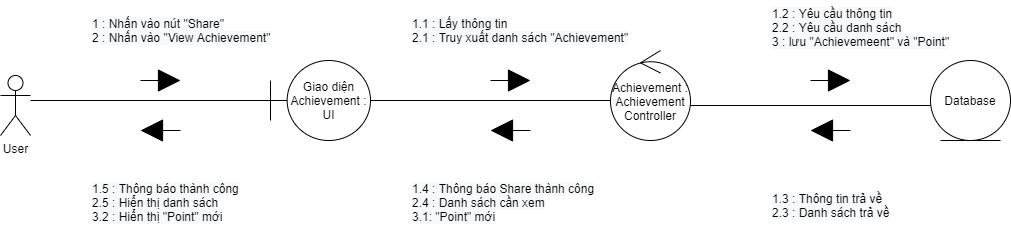
Above: ToDoApp-Doc/Document/Diagram/Collaboration Diagram/Achievement/Achievement_CollaborationDiagram.png in Merevoli-DatLuu/To-Do-App (draw.io), before the change. Source tidied: cells renumbered, new cells last; positions are measured from the earlier drawing's top-left corner, leaving out a move shared by most shapes.
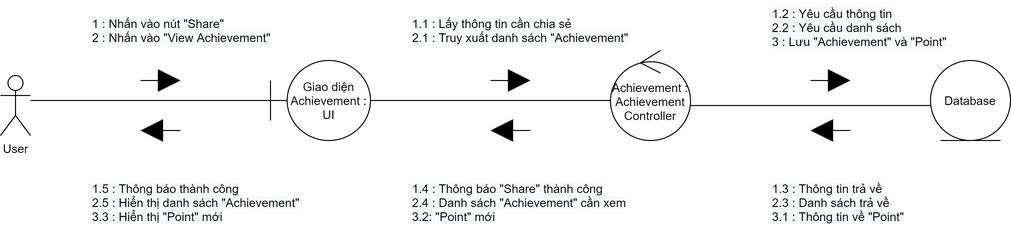
Later version of the same file.

Commit message:
[Modified] : Achievement_CollaborationDiagram Image Change Zoom

Diff of the diagram source:
```diff
@@ -65,20 +65,20 @@
     <mxCell id="16" value="&lt;span style=&quot;color: rgb(0 , 0 , 0) ; font-family: &amp;#34;helvetica&amp;#34; ; font-size: 12px ; font-style: normal ; font-weight: 400 ; letter-spacing: normal ; text-indent: 0px ; text-transform: none ; word-spacing: 0px ; background-color: rgb(248 , 249 , 250) ; display: inline ; float: none&quot;&gt;1 : Nhấn vào nút &quot;Share&quot;&lt;br&gt;&lt;span style=&quot;font-family: &amp;#34;helvetica&amp;#34;&quot;&gt;2 : Nhấn vào &quot;View Achievement&quot;&lt;/span&gt;&lt;br&gt;&lt;/span&gt;" style="text;whiteSpace=wrap;html=1;" parent="1" vertex="1">
       <mxGeometry x="90" y="10" width="190" height="30" as="geometry" />
     </mxCell>
-    <mxCell id="17" value="&lt;span style=&quot;color: rgb(0 , 0 , 0) ; font-family: &amp;#34;helvetica&amp;#34; ; font-size: 12px ; font-style: normal ; font-weight: 400 ; letter-spacing: normal ; text-indent: 0px ; text-transform: none ; word-spacing: 0px ; background-color: rgb(248 , 249 , 250) ; display: inline ; float: none&quot;&gt;1.1 : Lấy thông tin&lt;br&gt;&lt;span style=&quot;font-family: &amp;#34;helvetica&amp;#34;&quot;&gt;2.1 : Truy xuất danh sách &quot;Achievement&quot;&lt;/span&gt;&lt;br&gt;&lt;/span&gt;" style="text;whiteSpace=wrap;html=1;" parent="1" vertex="1">
+    <mxCell id="17" value="&lt;span style=&quot;color: rgb(0 , 0 , 0) ; font-family: &amp;#34;helvetica&amp;#34; ; font-size: 12px ; font-style: normal ; font-weight: 400 ; letter-spacing: normal ; text-indent: 0px ; text-transform: none ; word-spacing: 0px ; background-color: rgb(248 , 249 , 250) ; display: inline ; float: none&quot;&gt;1.1 : Lấy thông tin cần chia sẻ&lt;br&gt;&lt;span style=&quot;font-family: &amp;#34;helvetica&amp;#34;&quot;&gt;2.1 : Truy xuất danh sách &quot;Achievement&quot;&lt;/span&gt;&lt;br&gt;&lt;/span&gt;" style="text;whiteSpace=wrap;html=1;" parent="1" vertex="1">
       <mxGeometry x="410" y="10" width="220" height="30" as="geometry" />
     </mxCell>
-    <mxCell id="18" value="&lt;span style=&quot;color: rgb(0 , 0 , 0) ; font-family: &amp;#34;helvetica&amp;#34; ; font-size: 12px ; font-style: normal ; font-weight: 400 ; letter-spacing: normal ; text-indent: 0px ; text-transform: none ; word-spacing: 0px ; background-color: rgb(248 , 249 , 250) ; display: inline ; float: none&quot;&gt;1.2 : Yêu cầu thông tin&lt;br&gt;&lt;span style=&quot;font-family: &amp;#34;helvetica&amp;#34;&quot;&gt;2.2 : Yêu cầu danh sách&lt;br&gt;&lt;/span&gt;&lt;span style=&quot;font-family: &amp;#34;helvetica&amp;#34;&quot;&gt;3 : lưu &quot;Achievemeent&quot; và &quot;Point&quot;&lt;/span&gt;&lt;br&gt;&lt;/span&gt;" style="text;whiteSpace=wrap;html=1;" parent="1" vertex="1">
-      <mxGeometry x="770" width="180" height="50" as="geometry" />
+    <mxCell id="18" value="&lt;span style=&quot;color: rgb(0 , 0 , 0) ; font-family: &amp;#34;helvetica&amp;#34; ; font-size: 12px ; font-style: normal ; font-weight: 400 ; letter-spacing: normal ; text-indent: 0px ; text-transform: none ; word-spacing: 0px ; background-color: rgb(248 , 249 , 250) ; display: inline ; float: none&quot;&gt;1.2 : Yêu cầu thông tin&lt;br&gt;&lt;span style=&quot;font-family: &amp;#34;helvetica&amp;#34;&quot;&gt;2.2 : Yêu cầu danh sách&lt;br&gt;&lt;/span&gt;&lt;span style=&quot;font-family: &amp;#34;helvetica&amp;#34;&quot;&gt;3 : Lưu &quot;Achievement&quot; và &quot;Point&quot;&lt;/span&gt;&lt;br&gt;&lt;/span&gt;" style="text;whiteSpace=wrap;html=1;" parent="1" vertex="1">
+      <mxGeometry x="770" width="190" height="50" as="geometry" />
     </mxCell>
-    <mxCell id="19" value="&lt;span style=&quot;color: rgb(0 , 0 , 0) ; font-family: &amp;#34;helvetica&amp;#34; ; font-size: 12px ; font-style: normal ; font-weight: 400 ; letter-spacing: normal ; text-indent: 0px ; text-transform: none ; word-spacing: 0px ; background-color: rgb(248 , 249 , 250) ; display: inline ; float: none&quot;&gt;1.3 : Thông tin trả về&lt;br&gt;&lt;span style=&quot;font-family: &amp;#34;helvetica&amp;#34;&quot;&gt;2.3 : Danh sách trả về&lt;/span&gt;&lt;br&gt;&lt;/span&gt;" style="text;whiteSpace=wrap;html=1;" parent="1" vertex="1">
-      <mxGeometry x="770" y="185" width="140" height="30" as="geometry" />
+    <mxCell id="19" value="&lt;span style=&quot;color: rgb(0 , 0 , 0) ; font-family: &amp;#34;helvetica&amp;#34; ; font-size: 12px ; font-style: normal ; font-weight: 400 ; letter-spacing: normal ; text-indent: 0px ; text-transform: none ; word-spacing: 0px ; background-color: rgb(248 , 249 , 250) ; display: inline ; float: none&quot;&gt;1.3 : Thông tin trả về&lt;br&gt;&lt;span style=&quot;font-family: &amp;#34;helvetica&amp;#34;&quot;&gt;2.3 : Danh sách trả về&lt;br&gt;&lt;/span&gt;3.1 : Thông tin về &quot;Point&quot;&lt;br&gt;&lt;/span&gt;" style="text;whiteSpace=wrap;html=1;" parent="1" vertex="1">
+      <mxGeometry x="770" y="175" width="140" height="45" as="geometry" />
     </mxCell>
-    <mxCell id="20" value="&lt;span style=&quot;color: rgb(0 , 0 , 0) ; font-family: &amp;#34;helvetica&amp;#34; ; font-size: 12px ; font-style: normal ; font-weight: 400 ; letter-spacing: normal ; text-indent: 0px ; text-transform: none ; word-spacing: 0px ; background-color: rgb(248 , 249 , 250) ; display: inline ; float: none&quot;&gt;1.4 : Thông báo Share thành công&lt;br&gt;&lt;span&gt;2.4 : Danh sách cần xem&lt;br&gt;&lt;/span&gt;&lt;span style=&quot;font-family: &amp;#34;helvetica&amp;#34;&quot;&gt;3.1: &quot;Point&quot; mới&lt;/span&gt;&lt;br&gt;&lt;/span&gt;" style="text;whiteSpace=wrap;html=1;" parent="1" vertex="1">
-      <mxGeometry x="410" y="175" width="190" height="50" as="geometry" />
+    <mxCell id="20" value="&lt;span style=&quot;color: rgb(0 , 0 , 0) ; font-family: &amp;#34;helvetica&amp;#34; ; font-size: 12px ; font-style: normal ; font-weight: 400 ; letter-spacing: normal ; text-indent: 0px ; text-transform: none ; word-spacing: 0px ; background-color: rgb(248 , 249 , 250) ; display: inline ; float: none&quot;&gt;1.4 : Thông báo &quot;Share&quot; thành công&lt;br&gt;&lt;span&gt;2.4 : Danh sách &quot;Achievement&quot; cần xem&lt;br&gt;&lt;/span&gt;&lt;span style=&quot;font-family: &amp;#34;helvetica&amp;#34;&quot;&gt;3.2: &quot;Point&quot; mới&lt;/span&gt;&lt;br&gt;&lt;/span&gt;" style="text;whiteSpace=wrap;html=1;" parent="1" vertex="1">
+      <mxGeometry x="410" y="175" width="220" height="45" as="geometry" />
     </mxCell>
-    <mxCell id="21" value="&lt;span style=&quot;color: rgb(0 , 0 , 0) ; font-family: &amp;#34;helvetica&amp;#34; ; font-size: 12px ; font-style: normal ; font-weight: 400 ; letter-spacing: normal ; text-indent: 0px ; text-transform: none ; word-spacing: 0px ; background-color: rgb(248 , 249 , 250) ; display: inline ; float: none&quot;&gt;1.5 : Thông báo thành công&lt;br&gt;2.5 : Hiển thị danh sách&lt;br&gt;&lt;span style=&quot;font-family: &amp;#34;helvetica&amp;#34;&quot;&gt;3.2 : Hiển thị &quot;Point&quot; mới&lt;/span&gt;&lt;br&gt;&lt;/span&gt;" style="text;whiteSpace=wrap;html=1;" parent="1" vertex="1">
-      <mxGeometry x="90" y="175" width="150" height="50" as="geometry" />
+    <mxCell id="21" value="&lt;span style=&quot;color: rgb(0 , 0 , 0) ; font-family: &amp;#34;helvetica&amp;#34; ; font-size: 12px ; font-style: normal ; font-weight: 400 ; letter-spacing: normal ; text-indent: 0px ; text-transform: none ; word-spacing: 0px ; background-color: rgb(248 , 249 , 250) ; display: inline ; float: none&quot;&gt;1.5 : Thông báo thành công&lt;br&gt;2.5 : Hiển thị danh sách &quot;Achievement&quot;&lt;br&gt;&lt;span style=&quot;font-family: &amp;#34;helvetica&amp;#34;&quot;&gt;3.3 : Hiển thị &quot;Point&quot; mới&lt;/span&gt;&lt;br&gt;&lt;/span&gt;" style="text;whiteSpace=wrap;html=1;" parent="1" vertex="1">
+      <mxGeometry x="90" y="175" width="210" height="50" as="geometry" />
     </mxCell>
   </root>
 </mxGraphModel>
```
